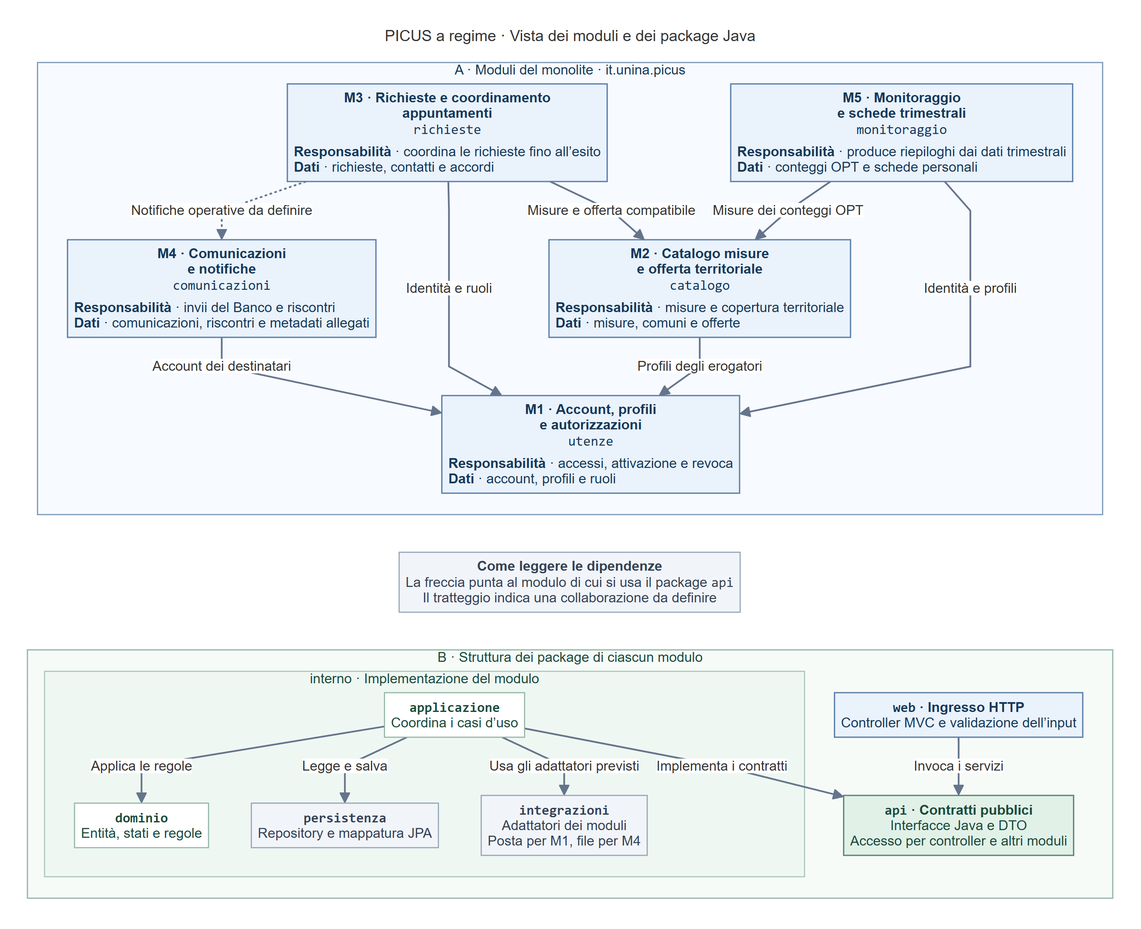
Earlier version of the Mermaid export docs/architecture/diagrams/PICUS-Diagramma-Moduli.png (Pinguini-alla-Fragola/Progetto-SAD). Its source is kept beside it as docs/architecture/diagrams/PICUS-Diagramma-Moduli.mmd. The source it was exported from:
```mermaid
---
title: "PICUS a regime · Vista dei moduli e dei package Java"
config:
  theme: base
  themeVariables:
    fontFamily: "Arial"
    fontSize: "16px"
    lineColor: "#64748B"
    edgeLabelBackground: "#FFFFFF"
  flowchart:
    curve: linear
    nodeSpacing: 34
    rankSpacing: 44
---
flowchart TB
    accTitle: Vista dei moduli e dei package Java di PICUS
    accDescr: La prima vista mostra responsabilità, dati gestiti e dipendenze dei cinque moduli. La seconda mostra i package web, api e i package di implementazione interni a ciascun modulo.

    subgraph MODULI["A · Moduli del monolite · it.unina.picus"]
        direction TB
        M1["<b>M1 · Account, profili<br/>e autorizzazioni</b><br/><code>utenze</code><div style='text-align:left;margin-top:8px'><b>Responsabilità</b> · accessi, attivazione e revoca<br/><b>Dati</b> · account, profili e ruoli</div>"]
        M2["<b>M2 · Catalogo misure<br/>e offerta territoriale</b><br/><code>catalogo</code><div style='text-align:left;margin-top:8px'><b>Responsabilità</b> · misure e copertura territoriale<br/><b>Dati</b> · misure, comuni e offerte</div>"]
        M3["<b>M3 · Richieste e coordinamento<br/>appuntamenti</b><br/><code>richieste</code><div style='text-align:left;margin-top:8px'><b>Responsabilità</b> · coordina le richieste fino all’esito<br/><b>Dati</b> · richieste, contatti e accordi</div>"]
        M4["<b>M4 · Comunicazioni<br/>e notifiche</b><br/><code>comunicazioni</code><div style='text-align:left;margin-top:8px'><b>Responsabilità</b> · invii del Banco e riscontri<br/><b>Dati</b> · comunicazioni, riscontri e metadati allegati</div>"]
        M5["<b>M5 · Monitoraggio<br/>e schede trimestrali</b><br/><code>monitoraggio</code><div style='text-align:left;margin-top:8px'><b>Responsabilità</b> · produce riepiloghi dai dati trimestrali<br/><b>Dati</b> · conteggi OPT e schede personali</div>"]

        M3 -.->|Notifiche operative da definire| M4
        M3 -->|Identità e ruoli| M1
        M3 -->|Misure e offerta compatibile| M2
        M5 -->|Misure dei conteggi OPT| M2
        M5 -->|Identità e profili| M1
        M4 -->|Account dei destinatari| M1
        M2 -->|Profili degli erogatori| M1
    end

    LEGENDA["<b>Come leggere le dipendenze</b><br/>La freccia punta al modulo di cui si usa il package <code>api</code><br/>Il tratteggio indica una collaborazione da definire"]

    subgraph STRUTTURA["B · Struttura dei package di ciascun modulo"]
        direction TB
        WEB["<b><code>web</code> · Ingresso HTTP</b><br/>Controller MVC e validazione dell’input"]
        API["<b><code>api</code> · Contratti pubblici</b><br/>Interfacce Java e DTO<br/>Accesso per controller e altri moduli"]

        subgraph INTERNO["interno · Implementazione del modulo"]
            direction TB
            APP["<b><code>applicazione</code></b><br/>Coordina i casi d’uso"]
            DOM["<b><code>dominio</code></b><br/>Entità, stati e regole"]
            PERS["<b><code>persistenza</code></b><br/>Repository e mappatura JPA"]
            INT["<b><code>integrazioni</code></b><br/>Adattatori dei moduli<br/>Posta per M1, file per M4"]

            APP -->|Applica le regole| DOM
            APP -->|Legge e salva| PERS
            APP -->|Usa gli adattatori previsti| INT
        end

        WEB -->|Invoca i servizi| API
        APP -->|Implementa i contratti| API
    end

    MODULI ~~~ LEGENDA
    LEGENDA ~~~ STRUTTURA

    classDef modulo fill:#EAF2FC,stroke:#5A7FA8,color:#153859,stroke-width:1.5px
    classDef contratto fill:#E2F1E8,stroke:#568573,color:#1A4A3C,stroke-width:1.5px
    classDef implementazione fill:#FFFFFF,stroke:#91B6A5,color:#1A4A3C,stroke-width:1.3px
    classDef supporto fill:#F1F5F9,stroke:#94A3B8,color:#334155,stroke-width:1.3px
    class M1,M2,M3,M4,M5,WEB modulo
    class API contratto
    class APP,DOM implementazione
    class PERS,INT,LEGENDA supporto
    style MODULI fill:#F7FAFE,stroke:#7C9BB9,stroke-width:1.4px,color:#183957
    style STRUTTURA fill:#F7FBF8,stroke:#91B6A5,stroke-width:1.4px,color:#1A4A3C
    style INTERNO fill:#EFF7F2,stroke:#A5C2B5,stroke-width:1.2px,color:#1A4A3C
```
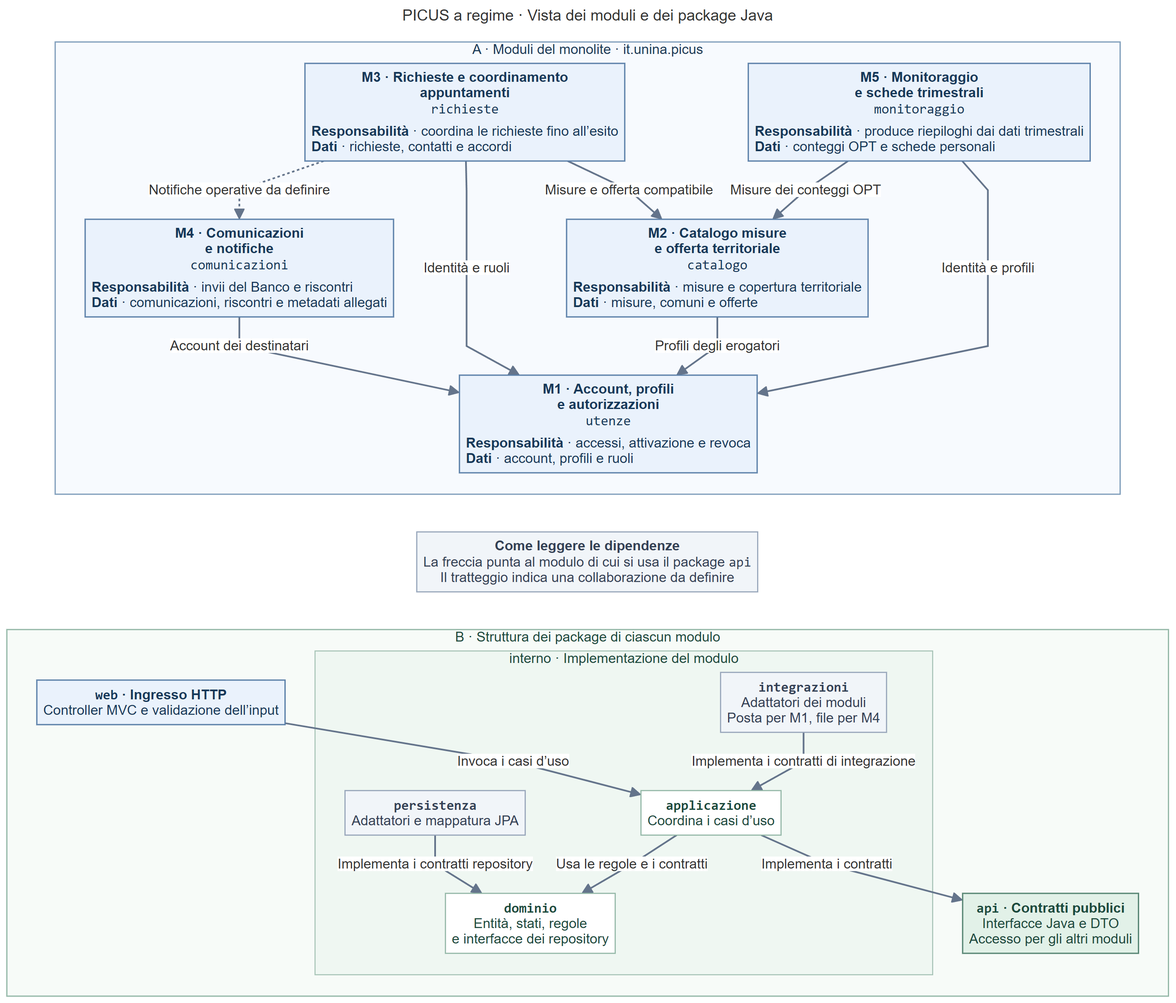
The same diagram one commit later.

Commit message:
docs: aggiornto diagramma dei moduli e ADR1

Diff of the diagram source:
```diff
@@ -38,21 +38,21 @@
     subgraph STRUTTURA["B · Struttura dei package di ciascun modulo"]
         direction TB
         WEB["<b><code>web</code> · Ingresso HTTP</b><br/>Controller MVC e validazione dell’input"]
-        API["<b><code>api</code> · Contratti pubblici</b><br/>Interfacce Java e DTO<br/>Accesso per controller e altri moduli"]
+        API["<b><code>api</code> · Contratti pubblici</b><br/>Interfacce Java e DTO<br/>Accesso per gli altri moduli"]
 
         subgraph INTERNO["interno · Implementazione del modulo"]
             direction TB
             APP["<b><code>applicazione</code></b><br/>Coordina i casi d’uso"]
-            DOM["<b><code>dominio</code></b><br/>Entità, stati e regole"]
-            PERS["<b><code>persistenza</code></b><br/>Repository e mappatura JPA"]
+            DOM["<b><code>dominio</code></b><br/>Entità, stati, regole<br/>e interfacce dei repository"]
+            PERS["<b><code>persistenza</code></b><br/>Adattatori e mappatura JPA"]
             INT["<b><code>integrazioni</code></b><br/>Adattatori dei moduli<br/>Posta per M1, file per M4"]
 
-            APP -->|Applica le regole| DOM
-            APP -->|Legge e salva| PERS
-            APP -->|Usa gli adattatori previsti| INT
+            APP -->|Usa le regole e i contratti| DOM
+            PERS -->|Implementa i contratti repository| DOM
+            INT -->|Implementa i contratti di integrazione| APP
         end
 
-        WEB -->|Invoca i servizi| API
+        WEB -->|Invoca i casi d’uso| APP
         APP -->|Implementa i contratti| API
     end
 
```
